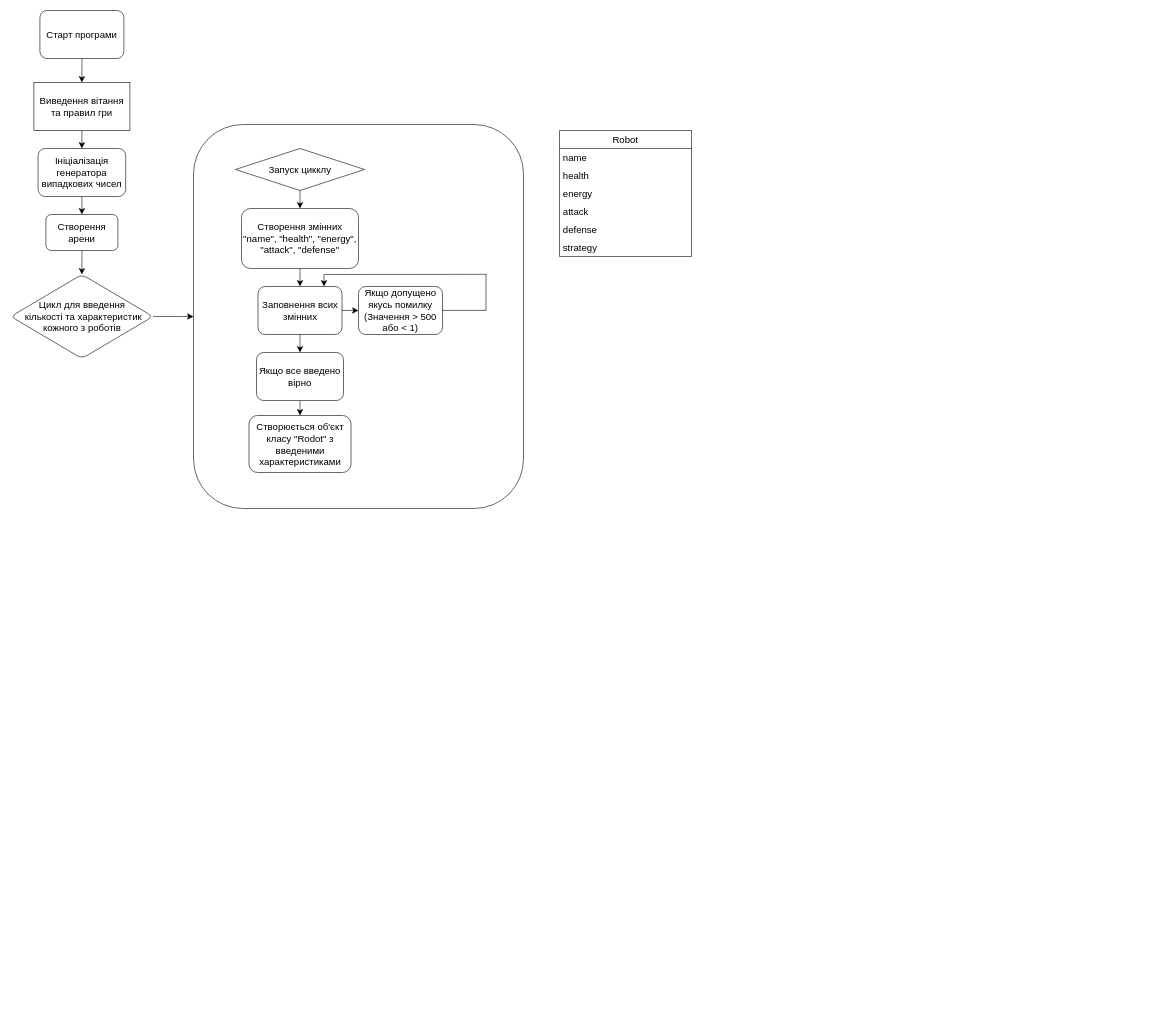
This is Folder for diagrams/Діаграма без назви.drawio from SombreEm/alpha-2.2.8, a draw.io file, before an edit. Source tidied: cells renumbered, new cells numbered last; positions are measured from the earlier drawing's top-left corner, leaving out a move shared by most shapes. Both pictures are drawn from the tidied source at 60%, with x=0, y=0 at pixel (11, 10).
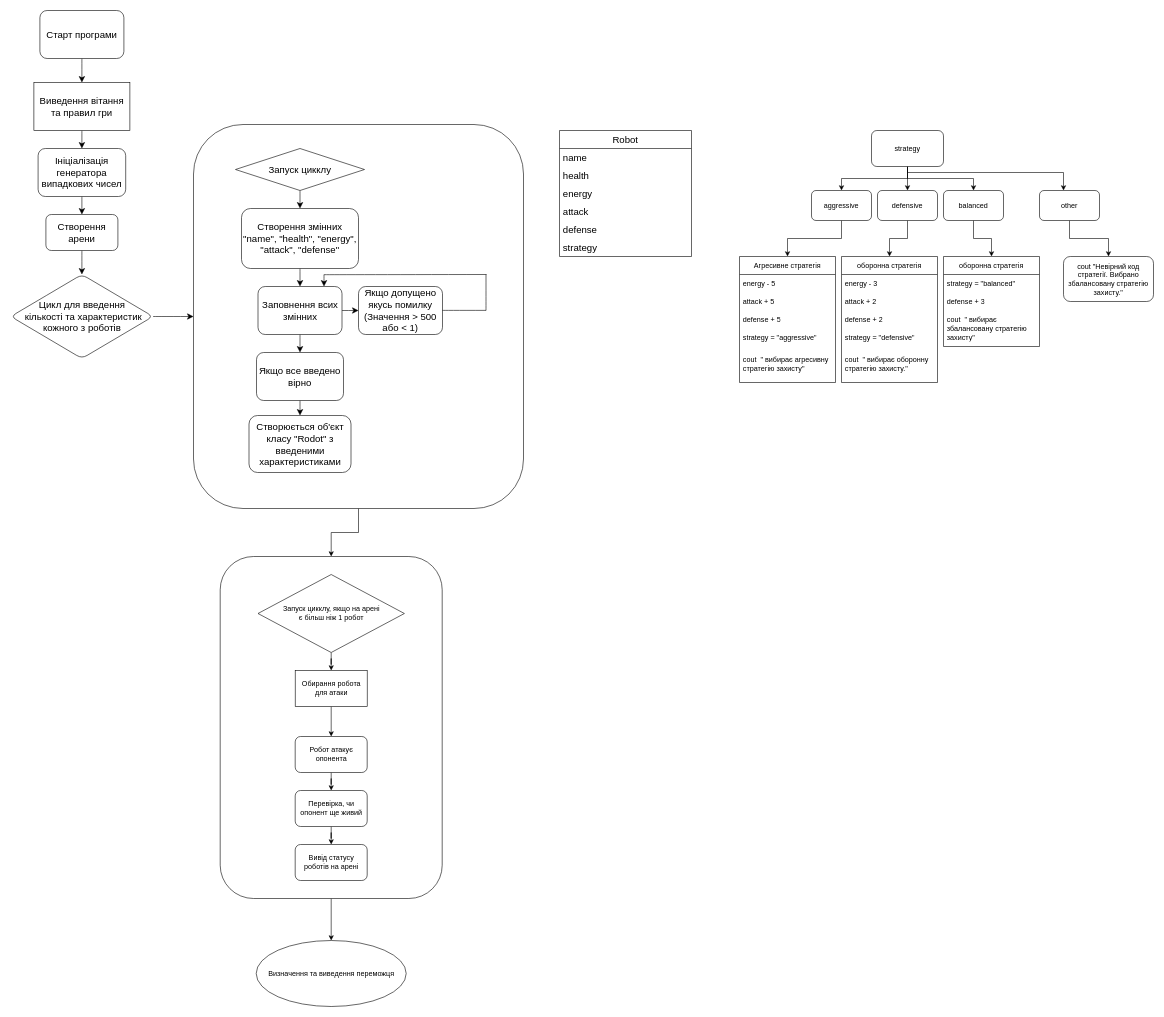
After the change.

The change refers to these unchanged cells:
```xml
<mxCell id="12" style="rounded=1;whiteSpace=wrap;html=1;fontSize=16;" parent="1" vertex="1">
  <mxGeometry x="304" y="190" width="550" height="640" as="geometry" />
</mxCell>
```

What changed in the source:
```diff
@@
+    <mxCell id="35" style="edgeStyle=orthogonalEdgeStyle;rounded=0;jettySize=auto;html=1;entryX=0.5;entryY=0;entryDx=0;entryDy=0;" parent="1" edge="1" source="36" target="78">
+      <mxGeometry relative="1" as="geometry" />
+    </mxCell>
+    <mxCell id="36" style="rounded=1;whiteSpace=wrap;html=1;" parent="1" vertex="1">
+      <mxGeometry x="348.5" y="910" width="370" height="570" as="geometry" />
+    </mxCell>
@@
+    <mxCell id="37" style="edgeStyle=orthogonalEdgeStyle;rounded=0;jettySize=auto;html=1;entryX=0.5;entryY=0;entryDx=0;entryDy=0;" parent="1" edge="1" source="12" target="36">
+      <mxGeometry relative="1" as="geometry" />
+    </mxCell>
@@
     <mxCell id="26" style="endArrow=none;html=1;rounded=0;fontSize=12;startSize=8;endSize=8;curved=1;" parent="1" edge="1">
       <mxGeometry relative="1" as="geometry">
-        <mxPoint x="521.5" y="440" as="sourcePoint" />
-        <mxPoint x="792.5" y="439.7" as="targetPoint" />
+        <mxPoint x="521.5" y="440.3" as="sourcePoint" />
+        <mxPoint x="792.5" y="440" as="targetPoint" />
       </mxGeometry>
     </mxCell>
@@
+    <mxCell id="38" style="edgeStyle=orthogonalEdgeStyle;rounded=0;jettySize=auto;html=1;" parent="1" edge="1" source="42" target="44">
+      <mxGeometry relative="1" as="geometry" />
+    </mxCell>
+    <mxCell id="39" style="edgeStyle=orthogonalEdgeStyle;rounded=0;jettySize=auto;html=1;" parent="1" edge="1" source="42" target="46">
+      <mxGeometry relative="1" as="geometry" />
+    </mxCell>
+    <mxCell id="40" style="edgeStyle=orthogonalEdgeStyle;rounded=0;jettySize=auto;html=1;" parent="1" edge="1" source="42" target="48">
+      <mxGeometry relative="1" as="geometry" />
+    </mxCell>
+    <mxCell id="41" style="edgeStyle=orthogonalEdgeStyle;rounded=0;jettySize=auto;html=1;" parent="1" edge="1" target="50">
+      <mxGeometry relative="1" as="geometry">
+        <mxPoint x="1494" y="260" as="sourcePoint" />
+        <Array as="points">
+          <mxPoint x="1494" y="270" />
+          <mxPoint x="1754" y="270" />
+        </Array>
+      </mxGeometry>
+    </mxCell>
+    <mxCell id="42" value="&lt;div&gt;strategy&lt;/div&gt;" style="rounded=1;whiteSpace=wrap;html=1;" parent="1" vertex="1">
+      <mxGeometry x="1434" y="200" width="120" height="60" as="geometry" />
+    </mxCell>
+    <mxCell id="43" style="edgeStyle=orthogonalEdgeStyle;rounded=0;jettySize=auto;html=1;" parent="1" edge="1" source="44" target="52">
+      <mxGeometry relative="1" as="geometry" />
+    </mxCell>
+    <mxCell id="44" value="aggressive" style="rounded=1;whiteSpace=wrap;html=1;" parent="1" vertex="1">
+      <mxGeometry x="1334" y="300" width="100" height="50" as="geometry" />
+    </mxCell>
+    <mxCell id="45" style="edgeStyle=orthogonalEdgeStyle;rounded=0;jettySize=auto;html=1;" parent="1" edge="1" source="46" target="58">
+      <mxGeometry relative="1" as="geometry" />
+    </mxCell>
+    <mxCell id="46" value="defensive" style="rounded=1;whiteSpace=wrap;html=1;" parent="1" vertex="1">
+      <mxGeometry x="1444" y="300" width="100" height="50" as="geometry" />
+    </mxCell>
+    <mxCell id="47" style="edgeStyle=orthogonalEdgeStyle;rounded=0;jettySize=auto;html=1;" parent="1" edge="1" source="48" target="64">
+      <mxGeometry relative="1" as="geometry" />
+    </mxCell>
+    <mxCell id="48" value="balanced" style="rounded=1;whiteSpace=wrap;html=1;" parent="1" vertex="1">
+      <mxGeometry x="1554" y="300" width="100" height="50" as="geometry" />
+    </mxCell>
+    <mxCell id="49" style="edgeStyle=orthogonalEdgeStyle;rounded=0;jettySize=auto;html=1;" parent="1" edge="1" source="50" target="68">
+      <mxGeometry relative="1" as="geometry" />
+    </mxCell>
+    <mxCell id="50" value="other" style="rounded=1;whiteSpace=wrap;html=1;" parent="1" vertex="1">
+      <mxGeometry x="1714" y="300" width="100" height="50" as="geometry" />
+    </mxCell>
+    <mxCell id="51" style="edgeStyle=orthogonalEdgeStyle;rounded=0;orthogonalLoop=1;jettySize=auto;html=1;exitX=0.5;exitY=1;exitDx=0;exitDy=0;" parent="1" edge="1" source="42" target="42">
+      <mxGeometry relative="1" as="geometry" />
+    </mxCell>
+    <mxCell id="52" value="Агресивне стратегія" style="swimlane;fontStyle=0;horizontal=1;startSize=30;whiteSpace=wrap;html=1;" parent="1" vertex="1">
+      <mxGeometry x="1214" y="410" width="160" height="210" as="geometry" />
+    </mxCell>
+    <mxCell id="53" value="energy - 5" style="text;strokeColor=none;fillColor=none;align=left;verticalAlign=middle;spacingLeft=4;spacingRight=4;overflow=hidden;whiteSpace=wrap;html=1;" parent="52" vertex="1">
+      <mxGeometry y="30" width="160" height="30" as="geometry" />
+    </mxCell>
+    <mxCell id="54" value="attack + 5" style="text;strokeColor=none;fillColor=none;align=left;verticalAlign=middle;spacingLeft=4;spacingRight=4;overflow=hidden;whiteSpace=wrap;html=1;" parent="52" vertex="1">
+      <mxGeometry y="60" width="160" height="30" as="geometry" />
+    </mxCell>
+    <mxCell id="55" value="defense + 5" style="text;strokeColor=none;fillColor=none;align=left;verticalAlign=middle;spacingLeft=4;spacingRight=4;overflow=hidden;whiteSpace=wrap;html=1;" parent="52" vertex="1">
+      <mxGeometry y="90" width="160" height="30" as="geometry" />
+    </mxCell>
+    <mxCell id="56" value="strategy = &quot;aggressive&quot;" style="text;strokeColor=none;fillColor=none;align=left;verticalAlign=middle;spacingLeft=4;spacingRight=4;overflow=hidden;whiteSpace=wrap;html=1;" parent="52" vertex="1">
+      <mxGeometry y="120" width="160" height="30" as="geometry" />
+    </mxCell>
+    <mxCell id="57" value="cout&amp;nbsp; &quot; вибирає агресивну стратегію захисту&quot;" style="text;strokeColor=none;fillColor=none;align=left;verticalAlign=middle;spacingLeft=4;spacingRight=4;overflow=hidden;whiteSpace=wrap;html=1;" parent="52" vertex="1">
+      <mxGeometry y="150" width="160" height="60" as="geometry" />
+    </mxCell>
+    <mxCell id="58" value="оборонна стратегія" style="swimlane;fontStyle=0;horizontal=1;startSize=30;whiteSpace=wrap;html=1;" parent="1" vertex="1">
+      <mxGeometry x="1384" y="410" width="160" height="210" as="geometry" />
+    </mxCell>
+    <mxCell id="59" value="energy - 3" style="text;strokeColor=none;fillColor=none;align=left;verticalAlign=middle;spacingLeft=4;spacingRight=4;overflow=hidden;whiteSpace=wrap;html=1;" parent="58" vertex="1">
+      <mxGeometry y="30" width="160" height="30" as="geometry" />
+    </mxCell>
+    <mxCell id="60" value="attack + 2" style="text;strokeColor=none;fillColor=none;align=left;verticalAlign=middle;spacingLeft=4;spacingRight=4;overflow=hidden;whiteSpace=wrap;html=1;" parent="58" vertex="1">
+      <mxGeometry y="60" width="160" height="30" as="geometry" />
+    </mxCell>
+    <mxCell id="61" value="defense + 2" style="text;strokeColor=none;fillColor=none;align=left;verticalAlign=middle;spacingLeft=4;spacingRight=4;overflow=hidden;whiteSpace=wrap;html=1;" parent="58" vertex="1">
+      <mxGeometry y="90" width="160" height="30" as="geometry" />
+    </mxCell>
+    <mxCell id="62" value="strategy = &quot;defensive&quot;" style="text;strokeColor=none;fillColor=none;align=left;verticalAlign=middle;spacingLeft=4;spacingRight=4;overflow=hidden;whiteSpace=wrap;html=1;" parent="58" vertex="1">
+      <mxGeometry y="120" width="160" height="30" as="geometry" />
+    </mxCell>
+    <mxCell id="63" value="cout&amp;nbsp; &quot; вибирає оборонну стратегію захисту.&quot;" style="text;strokeColor=none;fillColor=none;align=left;verticalAlign=middle;spacingLeft=4;spacingRight=4;overflow=hidden;whiteSpace=wrap;html=1;" parent="58" vertex="1">
+      <mxGeometry y="150" width="160" height="60" as="geometry" />
+    </mxCell>
+    <mxCell id="64" value="оборонна стратегія" style="swimlane;fontStyle=0;horizontal=1;startSize=30;whiteSpace=wrap;html=1;" parent="1" vertex="1">
+      <mxGeometry x="1554" y="410" width="160" height="150" as="geometry" />
+    </mxCell>
+    <mxCell id="65" value="strategy = &quot;balanced&quot;" style="text;strokeColor=none;fillColor=none;align=left;verticalAlign=middle;spacingLeft=4;spacingRight=4;overflow=hidden;whiteSpace=wrap;html=1;" parent="64" vertex="1">
+      <mxGeometry y="30" width="160" height="30" as="geometry" />
+    </mxCell>
+    <mxCell id="66" value="defense + 3" style="text;strokeColor=none;fillColor=none;align=left;verticalAlign=middle;spacingLeft=4;spacingRight=4;overflow=hidden;whiteSpace=wrap;html=1;" parent="64" vertex="1">
+      <mxGeometry y="60" width="160" height="30" as="geometry" />
+    </mxCell>
+    <mxCell id="67" value="cout&amp;nbsp; &quot; вибирає збалансовану стратегію захисту&quot;" style="text;strokeColor=none;fillColor=none;align=left;verticalAlign=middle;spacingLeft=4;spacingRight=4;overflow=hidden;whiteSpace=wrap;html=1;" parent="64" vertex="1">
+      <mxGeometry y="90" width="160" height="60" as="geometry" />
+    </mxCell>
+    <mxCell id="68" value="cout &quot;Невірний код стратегії. Вибрано збалансовану стратегію захисту.&quot;" style="whiteSpace=wrap;html=1;rounded=1;" parent="1" vertex="1">
+      <mxGeometry x="1754" y="410" width="150" height="75" as="geometry" />
+    </mxCell>
+    <mxCell id="69" style="edgeStyle=orthogonalEdgeStyle;rounded=0;jettySize=auto;html=1;entryX=0.5;entryY=0;entryDx=0;entryDy=0;" parent="1" edge="1" source="70" target="72">
+      <mxGeometry relative="1" as="geometry" />
+    </mxCell>
+    <mxCell id="70" value="Запуск цикклу, якщо на арені&lt;br&gt;&amp;nbsp;є більш ніж 1 робот&amp;nbsp;" style="rhombus;whiteSpace=wrap;html=1;" parent="1" vertex="1">
+      <mxGeometry x="411.5" y="940" width="244" height="130" as="geometry" />
+    </mxCell>
+    <mxCell id="71" style="edgeStyle=orthogonalEdgeStyle;rounded=0;jettySize=auto;html=1;" parent="1" edge="1" source="72" target="74">
+      <mxGeometry relative="1" as="geometry" />
+    </mxCell>
+    <mxCell id="72" value="Обирання робота для атаки" style="rounded=0;whiteSpace=wrap;html=1;" parent="1" vertex="1">
+      <mxGeometry x="473.5" y="1100" width="120" height="60" as="geometry" />
+    </mxCell>
+    <mxCell id="73" style="edgeStyle=orthogonalEdgeStyle;rounded=0;jettySize=auto;html=1;entryX=0.5;entryY=0;entryDx=0;entryDy=0;" parent="1" edge="1" source="74" target="76">
+      <mxGeometry relative="1" as="geometry" />
+    </mxCell>
+    <mxCell id="74" value="Робот атакує опонента" style="rounded=1;whiteSpace=wrap;html=1;" parent="1" vertex="1">
+      <mxGeometry x="473.5" y="1210" width="120" height="60" as="geometry" />
+    </mxCell>
+    <mxCell id="75" style="edgeStyle=orthogonalEdgeStyle;rounded=0;jettySize=auto;html=1;entryX=0.5;entryY=0;entryDx=0;entryDy=0;" parent="1" edge="1" source="76" target="77">
+      <mxGeometry relative="1" as="geometry" />
+    </mxCell>
+    <mxCell id="76" value="Перевірка, чи опонент ще живий" style="rounded=1;whiteSpace=wrap;html=1;" parent="1" vertex="1">
+      <mxGeometry x="473.5" y="1300" width="120" height="60" as="geometry" />
+    </mxCell>
+    <mxCell id="77" value="Вивід статусу роботів на арені" style="rounded=1;whiteSpace=wrap;html=1;" parent="1" vertex="1">
+      <mxGeometry x="473.5" y="1390" width="120" height="60" as="geometry" />
+    </mxCell>
+    <mxCell id="78" value="Визначення та виведення переможця" style="ellipse;whiteSpace=wrap;html=1;" parent="1" vertex="1">
+      <mxGeometry x="408.5" y="1550" width="250" height="110" as="geometry" />
+    </mxCell>
```
